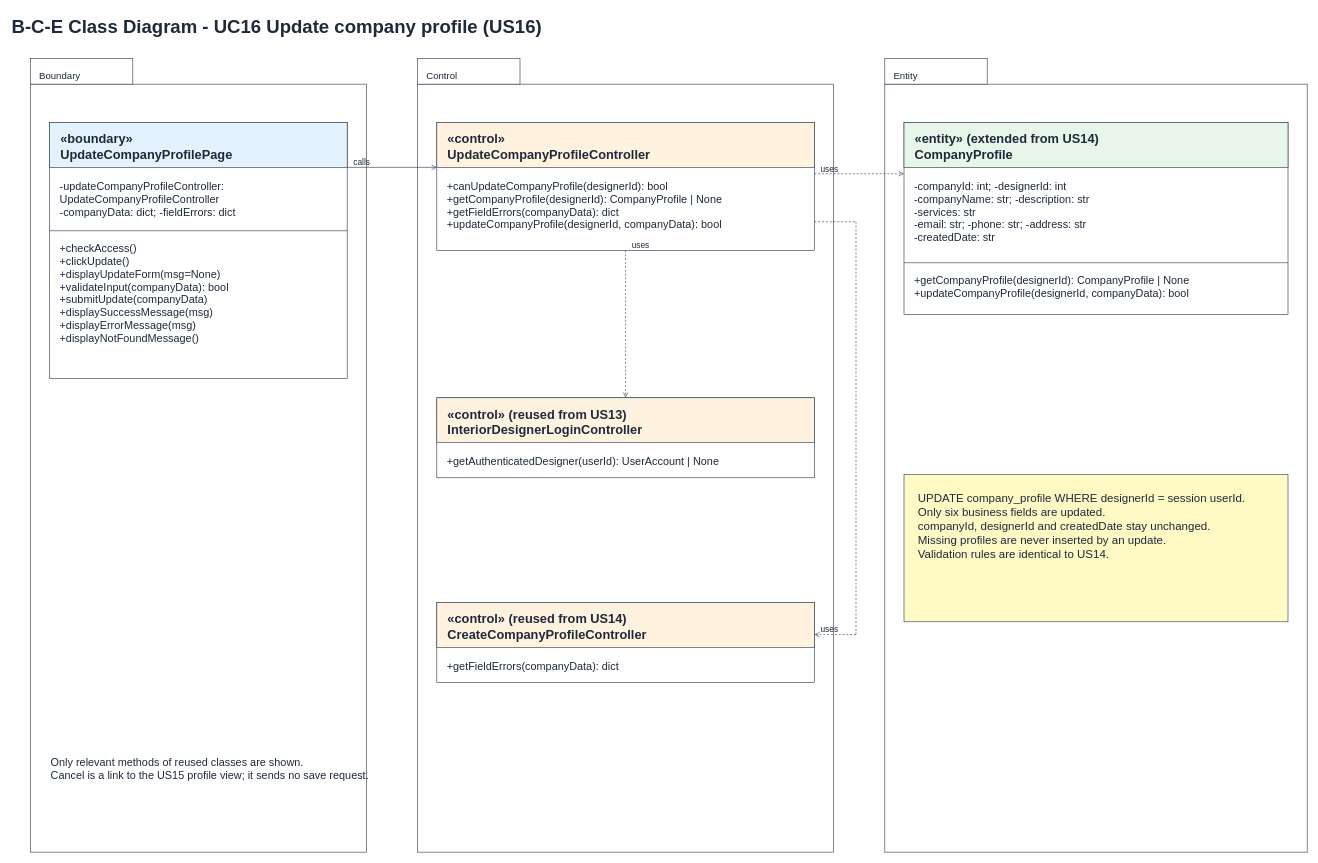
This is page "5 BCE Class Diagram" (7 of 8) of Sprint_2/US16 - Update Company Profile/US16 Update company profile.drawio from Hanzxc/CSIT314-ARCHSS, a draw.io file, before an edit. Source tidied: cells renumbered, new cells numbered last; positions are measured from the earlier drawing's top-left corner, leaving out a move shared by most shapes. Both pictures are drawn from the tidied source at 64%, with x=0, y=0 at pixel (10, 10).
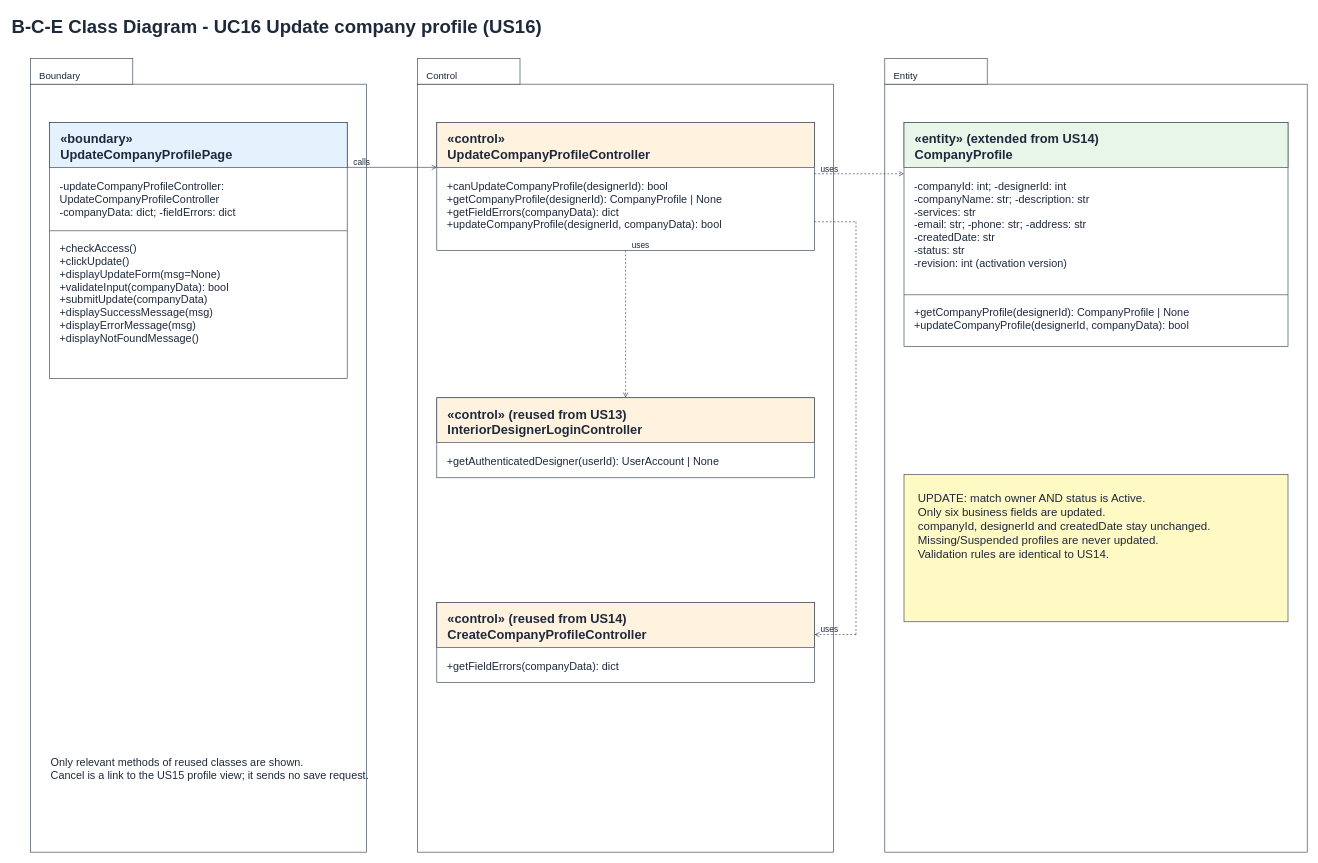
After the change.

What changed in the source:
```diff
@@
     <mxCell id="30" style="rounded=0;whiteSpace=wrap;fillColor=#ffffff;strokeColor=#334155;" parent="1" vertex="1">
-      <mxGeometry x="1396" y="175" width="600" height="300" as="geometry" />
+      <mxGeometry x="1396" y="175" width="600" height="350" as="geometry" />
     </mxCell>
@@
-    <mxCell id="33" value="-companyId: int; -designerId: int&#10;-companyName: str; -description: str&#10;-services: str&#10;-email: str; -phone: str; -address: str&#10;-createdDate: str" style="text;html=0;align=left;verticalAlign=top;fontSize=17;fontStyle=0;fontColor=#1e293b;" parent="1" vertex="1">
-      <mxGeometry x="1410" y="258" width="572" height="120" as="geometry" />
+    <mxCell id="33" value="-companyId: int; -designerId: int&#10;-companyName: str; -description: str&#10;-services: str&#10;-email: str; -phone: str; -address: str&#10;-createdDate: str&#10;-status: str&#10;-revision: int (activation version)" style="text;html=0;align=left;verticalAlign=top;fontSize=17;fontStyle=0;fontColor=#1e293b;" parent="1" vertex="1">
+      <mxGeometry x="1410" y="258" width="572" height="168" as="geometry" />
     </mxCell>
     <mxCell id="34" style="endArrow=none;html=0;dashed=0;strokeColor=#334155;" parent="1" edge="1">
       <mxGeometry relative="1" as="geometry">
-        <mxPoint x="1396" y="394" as="sourcePoint" />
-        <mxPoint x="1996" y="394" as="targetPoint" />
+        <mxPoint x="1396" y="444" as="sourcePoint" />
+        <mxPoint x="1996" y="444" as="targetPoint" />
       </mxGeometry>
     </mxCell>
     <mxCell id="35" value="+getCompanyProfile(designerId): CompanyProfile | None&#10;+updateCompanyProfile(designerId, companyData): bool" style="text;html=0;align=left;verticalAlign=top;fontSize=17;fontStyle=0;fontColor=#1e293b;" parent="1" vertex="1">
-      <mxGeometry x="1410" y="405" width="572" height="48" as="geometry" />
+      <mxGeometry x="1410" y="455" width="572" height="48" as="geometry" />
     </mxCell>
@@
-    <mxCell id="47" value="UPDATE company_profile WHERE designerId = session userId.&#10;Only six business fields are updated.&#10;companyId, designerId and createdDate stay unchanged.&#10;Missing profiles are never inserted by an update.&#10;Validation rules are identical to US14." style="text;html=0;align=left;verticalAlign=top;fontSize=18;fontStyle=0;fontColor=#1e293b;" parent="1" vertex="1">
+    <mxCell id="47" value="UPDATE: match owner AND status is Active.&#10;Only six business fields are updated.&#10;companyId, designerId and createdDate stay unchanged.&#10;Missing/Suspended profiles are never updated.&#10;Validation rules are identical to US14." style="text;html=0;align=left;verticalAlign=top;fontSize=18;fontStyle=0;fontColor=#1e293b;" parent="1" vertex="1">
       <mxGeometry x="1416" y="744" width="560" height="125" as="geometry" />
     </mxCell>
```
